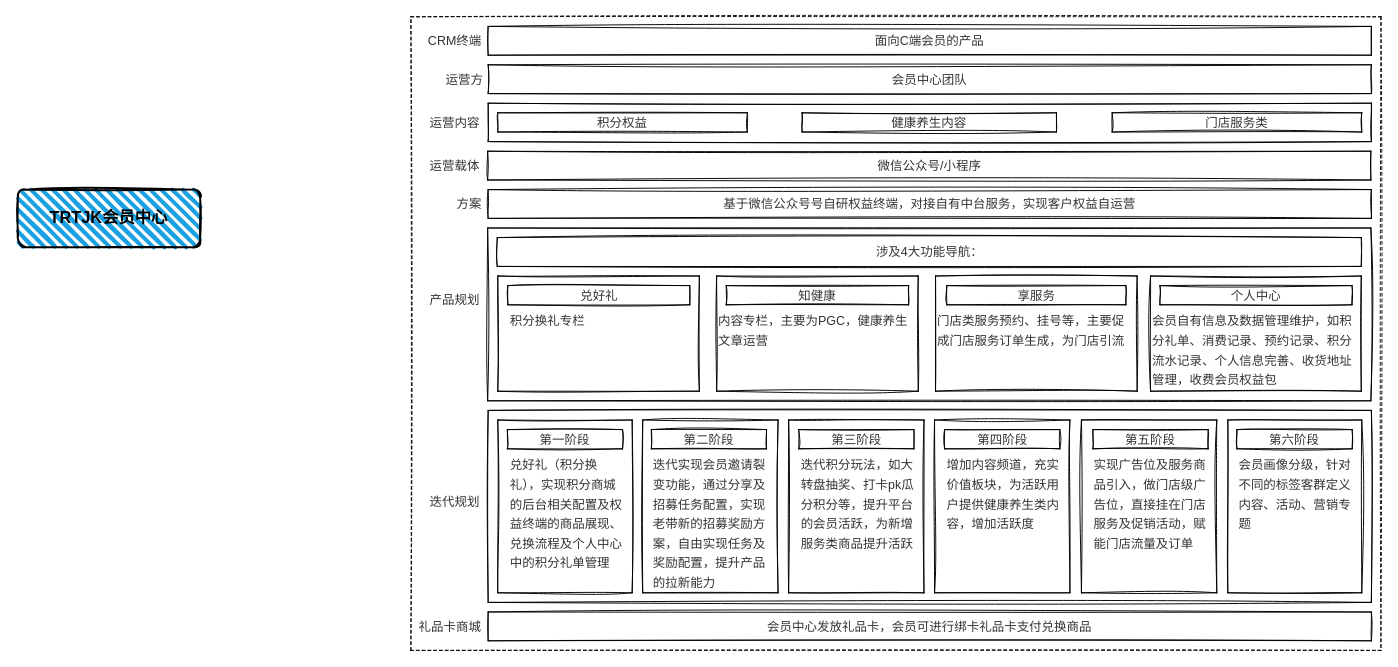
This is page "项目汇报" (3 of 6) of 未命名绘图.drawio from magicgaorui/-, a draw.io file, before an edit. Source tidied: cells renumbered, new cells numbered last; positions are measured from the earlier drawing's top-left corner, leaving out a move shared by most shapes. Both pictures are drawn from the tidied source at 96%, with x=0, y=0 at pixel (17, 16).
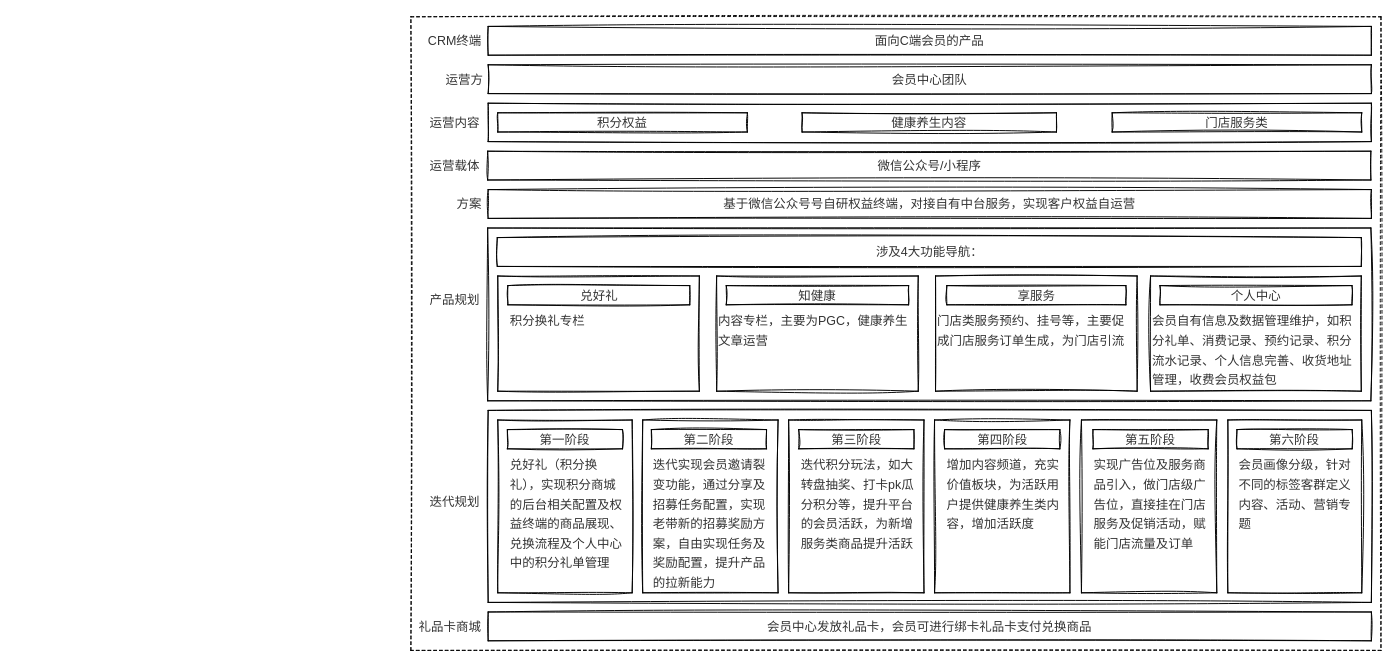
Above is the later version.

The edit, as a diff of the source:
```diff
@@
-    <mxCell id="2" value="TRTJK会员中心" style="rounded=1;whiteSpace=wrap;html=1;strokeWidth=2;fillWeight=4;hachureGap=8;hachureAngle=45;fillColor=#1ba1e2;fontSize=17;fontStyle=1;sketch=1;" parent="1" vertex="1">
-      <mxGeometry y="180" width="190" height="60" as="geometry" />
-    </mxCell>
```
